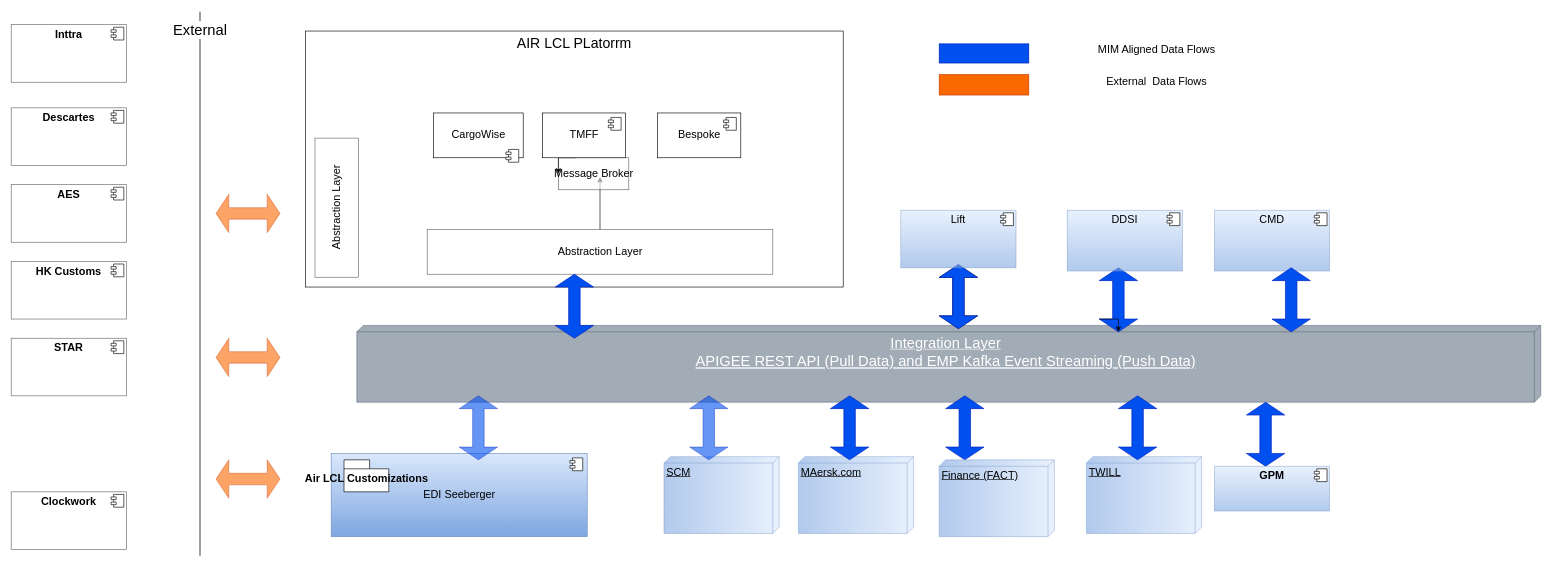
This is page "Page-1" (1 of 2) of docs/Untitled Diagram.drawio from CathalGGallagher/root2, a draw.io file, before an edit. Source tidied: cells renumbered, new cells numbered last; positions are measured from the earlier drawing's top-left corner, leaving out a move shared by most shapes. Both pictures are drawn from the tidied source at 64%, with x=0, y=0 at pixel (11, 12).
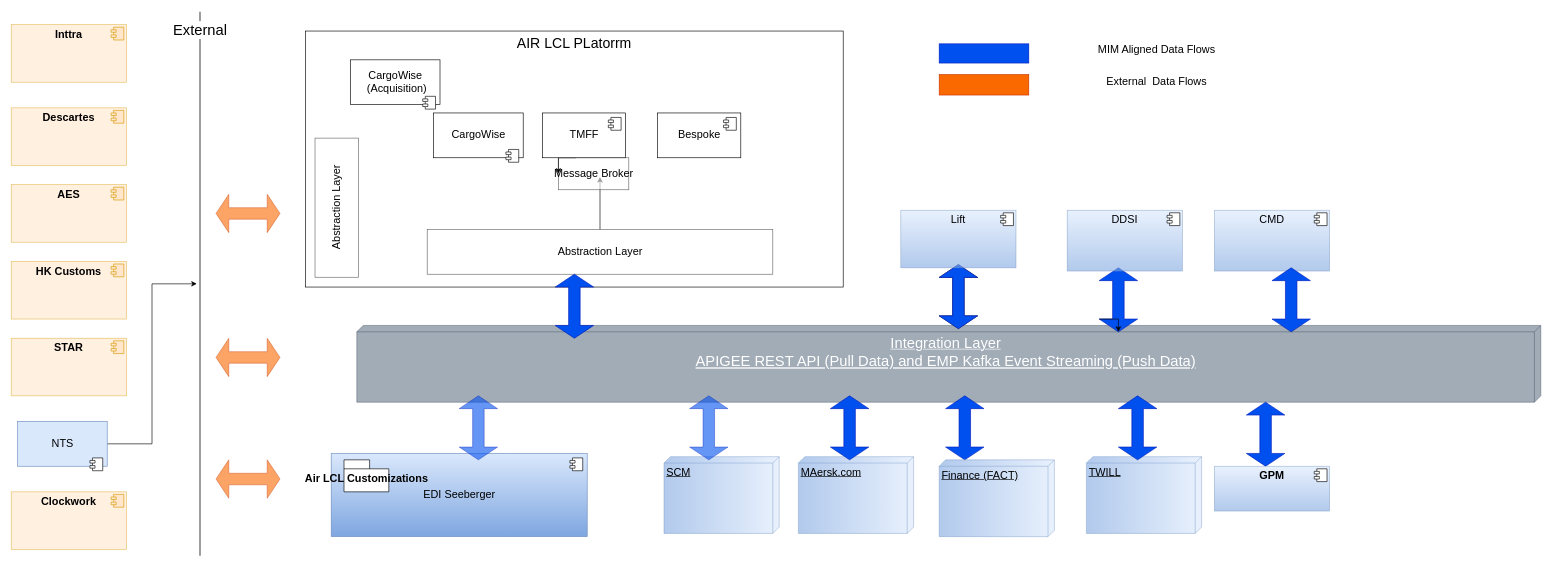
The same diagram, later.

The change refers to these unchanged cells:
```xml
<mxCell id="23" value="&lt;font style=&quot;font-size: 23px&quot;&gt;External&lt;/font&gt;" style="line;strokeWidth=2;direction=south;html=1;fontSize=17;opacity=60;" parent="1" vertex="1">
  <mxGeometry x="290" width="10" height="850" as="geometry" />
</mxCell>
```

What changed in the source:
```diff
@@
-    <mxCell id="24" value="&lt;p style=&quot;margin: 0px ; margin-top: 6px ; text-align: center&quot;&gt;&lt;b&gt;Inttra&lt;/b&gt;&lt;/p&gt;" style="align=left;overflow=fill;html=1;fontSize=17;opacity=60;" parent="1" vertex="1">
+    <mxCell id="24" value="&lt;p style=&quot;margin: 0px ; margin-top: 6px ; text-align: center&quot;&gt;&lt;b&gt;Inttra&lt;/b&gt;&lt;/p&gt;" style="align=left;overflow=fill;html=1;fontSize=17;opacity=60;fillColor=#ffe6cc;strokeColor=#d79b00;" parent="1" vertex="1">
       <mxGeometry y="20" width="180" height="90" as="geometry" />
     </mxCell>
-    <mxCell id="25" style="shape=component;jettyWidth=8;jettyHeight=4;" parent="24" vertex="1">
+    <mxCell id="25" style="shape=component;jettyWidth=8;jettyHeight=4;fillColor=#ffe6cc;strokeColor=#d79b00;" parent="24" vertex="1">
       <mxGeometry x="1" width="20" height="20" relative="1" as="geometry">
         <mxPoint x="-24" y="4" as="offset" />
       </mxGeometry>
     </mxCell>
-    <mxCell id="26" value="&lt;p style=&quot;margin: 0px ; margin-top: 6px ; text-align: center&quot;&gt;&lt;b&gt;Clockwork&lt;/b&gt;&lt;/p&gt;" style="align=left;overflow=fill;html=1;fontSize=17;opacity=60;" parent="1" vertex="1">
+    <mxCell id="26" value="&lt;p style=&quot;margin: 0px ; margin-top: 6px ; text-align: center&quot;&gt;&lt;b&gt;Clockwork&lt;/b&gt;&lt;/p&gt;" style="align=left;overflow=fill;html=1;fontSize=17;opacity=60;fillColor=#ffe6cc;strokeColor=#d79b00;" parent="1" vertex="1">
       <mxGeometry y="750" width="180" height="90" as="geometry" />
     </mxCell>
-    <mxCell id="27" style="shape=component;jettyWidth=8;jettyHeight=4;" parent="26" vertex="1">
+    <mxCell id="27" style="shape=component;jettyWidth=8;jettyHeight=4;fillColor=#ffe6cc;strokeColor=#d79b00;" parent="26" vertex="1">
       <mxGeometry x="1" width="20" height="20" relative="1" as="geometry">
         <mxPoint x="-24" y="4" as="offset" />
       </mxGeometry>
     </mxCell>
-    <mxCell id="28" value="&lt;p style=&quot;margin: 0px ; margin-top: 6px ; text-align: center&quot;&gt;&lt;b&gt;Descartes&lt;/b&gt;&lt;/p&gt;" style="align=left;overflow=fill;html=1;fontSize=17;opacity=60;" parent="1" vertex="1">
+    <mxCell id="28" value="&lt;p style=&quot;margin: 0px ; margin-top: 6px ; text-align: center&quot;&gt;&lt;b&gt;Descartes&lt;/b&gt;&lt;/p&gt;" style="align=left;overflow=fill;html=1;fontSize=17;opacity=60;fillColor=#ffe6cc;strokeColor=#d79b00;" parent="1" vertex="1">
       <mxGeometry y="150" width="180" height="90" as="geometry" />
     </mxCell>
-    <mxCell id="29" style="shape=component;jettyWidth=8;jettyHeight=4;" parent="28" vertex="1">
+    <mxCell id="29" style="shape=component;jettyWidth=8;jettyHeight=4;fillColor=#ffe6cc;strokeColor=#d79b00;" parent="28" vertex="1">
       <mxGeometry x="1" width="20" height="20" relative="1" as="geometry">
         <mxPoint x="-24" y="4" as="offset" />
       </mxGeometry>
     </mxCell>
-    <mxCell id="30" value="&lt;p style=&quot;margin: 0px ; margin-top: 6px ; text-align: center&quot;&gt;&lt;b&gt;HK Customs&lt;/b&gt;&lt;/p&gt;" style="align=left;overflow=fill;html=1;fontSize=17;opacity=60;" parent="1" vertex="1">
+    <mxCell id="30" value="&lt;p style=&quot;margin: 0px ; margin-top: 6px ; text-align: center&quot;&gt;&lt;b&gt;HK Customs&lt;/b&gt;&lt;/p&gt;" style="align=left;overflow=fill;html=1;fontSize=17;opacity=60;fillColor=#ffe6cc;strokeColor=#d79b00;" parent="1" vertex="1">
       <mxGeometry y="390" width="180" height="90" as="geometry" />
     </mxCell>
-    <mxCell id="31" style="shape=component;jettyWidth=8;jettyHeight=4;" parent="30" vertex="1">
+    <mxCell id="31" style="shape=component;jettyWidth=8;jettyHeight=4;fillColor=#ffe6cc;strokeColor=#d79b00;" parent="30" vertex="1">
       <mxGeometry x="1" width="20" height="20" relative="1" as="geometry">
         <mxPoint x="-24" y="4" as="offset" />
       </mxGeometry>
     </mxCell>
-    <mxCell id="32" value="&lt;p style=&quot;margin: 0px ; margin-top: 6px ; text-align: center&quot;&gt;&lt;b&gt;AES&lt;/b&gt;&lt;/p&gt;" style="align=left;overflow=fill;html=1;fontSize=17;opacity=60;" parent="1" vertex="1">
+    <mxCell id="32" value="&lt;p style=&quot;margin: 0px ; margin-top: 6px ; text-align: center&quot;&gt;&lt;b&gt;AES&lt;/b&gt;&lt;/p&gt;" style="align=left;overflow=fill;html=1;fontSize=17;opacity=60;fillColor=#ffe6cc;strokeColor=#d79b00;" parent="1" vertex="1">
       <mxGeometry y="270" width="180" height="90" as="geometry" />
     </mxCell>
-    <mxCell id="33" style="shape=component;jettyWidth=8;jettyHeight=4;" parent="32" vertex="1">
+    <mxCell id="33" style="shape=component;jettyWidth=8;jettyHeight=4;fillColor=#ffe6cc;strokeColor=#d79b00;" parent="32" vertex="1">
       <mxGeometry x="1" width="20" height="20" relative="1" as="geometry">
         <mxPoint x="-24" y="4" as="offset" />
       </mxGeometry>
     </mxCell>
-    <mxCell id="34" value="&lt;p style=&quot;margin: 0px ; margin-top: 6px ; text-align: center&quot;&gt;&lt;b&gt;STAR&lt;/b&gt;&lt;/p&gt;" style="align=left;overflow=fill;html=1;fontSize=17;opacity=60;" parent="1" vertex="1">
+    <mxCell id="34" value="&lt;p style=&quot;margin: 0px ; margin-top: 6px ; text-align: center&quot;&gt;&lt;b&gt;STAR&lt;/b&gt;&lt;/p&gt;" style="align=left;overflow=fill;html=1;fontSize=17;opacity=60;fillColor=#ffe6cc;strokeColor=#d79b00;" parent="1" vertex="1">
       <mxGeometry y="510" width="180" height="90" as="geometry" />
     </mxCell>
-    <mxCell id="35" style="shape=component;jettyWidth=8;jettyHeight=4;" parent="34" vertex="1">
+    <mxCell id="35" style="shape=component;jettyWidth=8;jettyHeight=4;fillColor=#ffe6cc;strokeColor=#d79b00;" parent="34" vertex="1">
       <mxGeometry x="1" width="20" height="20" relative="1" as="geometry">
         <mxPoint x="-24" y="4" as="offset" />
       </mxGeometry>
     </mxCell>
@@
+    <mxCell id="62" value="CargoWise&lt;br&gt;&amp;nbsp;(Acquisition)" style="html=1;fontSize=17;" parent="1" vertex="1">
+      <mxGeometry x="530" y="75" width="140" height="70" as="geometry" />
+    </mxCell>
+    <mxCell id="63" style="shape=module;jettyWidth=8;jettyHeight=4;fontSize=17;" parent="62" vertex="1">
+      <mxGeometry x="1" width="20" height="20" relative="1" as="geometry">
+        <mxPoint x="-27" y="57" as="offset" />
+      </mxGeometry>
+    </mxCell>
+    <mxCell id="64" style="edgeStyle=orthogonalEdgeStyle;rounded=0;jettySize=auto;html=1;" parent="1" edge="1" source="65" target="23">
+      <mxGeometry relative="1" as="geometry" />
+    </mxCell>
+    <mxCell id="65" value="NTS" style="html=1;fontSize=17;fillColor=#dae8fc;strokeColor=#6c8ebf;" parent="1" vertex="1">
+      <mxGeometry x="10" y="640" width="140" height="70" as="geometry" />
+    </mxCell>
+    <mxCell id="66" style="shape=module;jettyWidth=8;jettyHeight=4;fontSize=17;" parent="65" vertex="1">
+      <mxGeometry x="1" width="20" height="20" relative="1" as="geometry">
+        <mxPoint x="-27" y="57" as="offset" />
+      </mxGeometry>
+    </mxCell>
```
